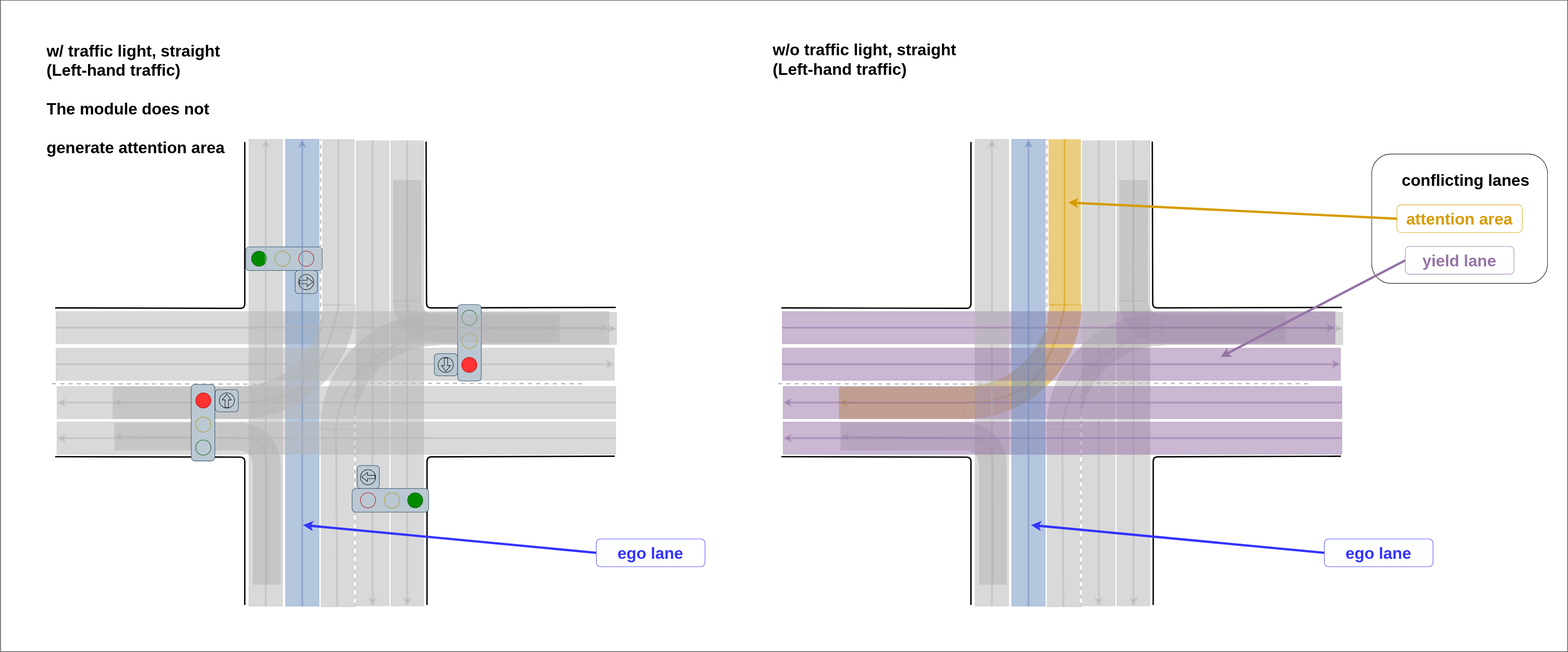
Earlier version of the draw.io export main/planning/behavior_velocity_intersection_module/docs/intersection-attention-straight.drawio.svg (cyn-liu/autoware.universe). Source tidied: cells renumbered, new cells last; positions are measured from the earlier drawing's top-left corner, leaving out a move shared by most shapes.
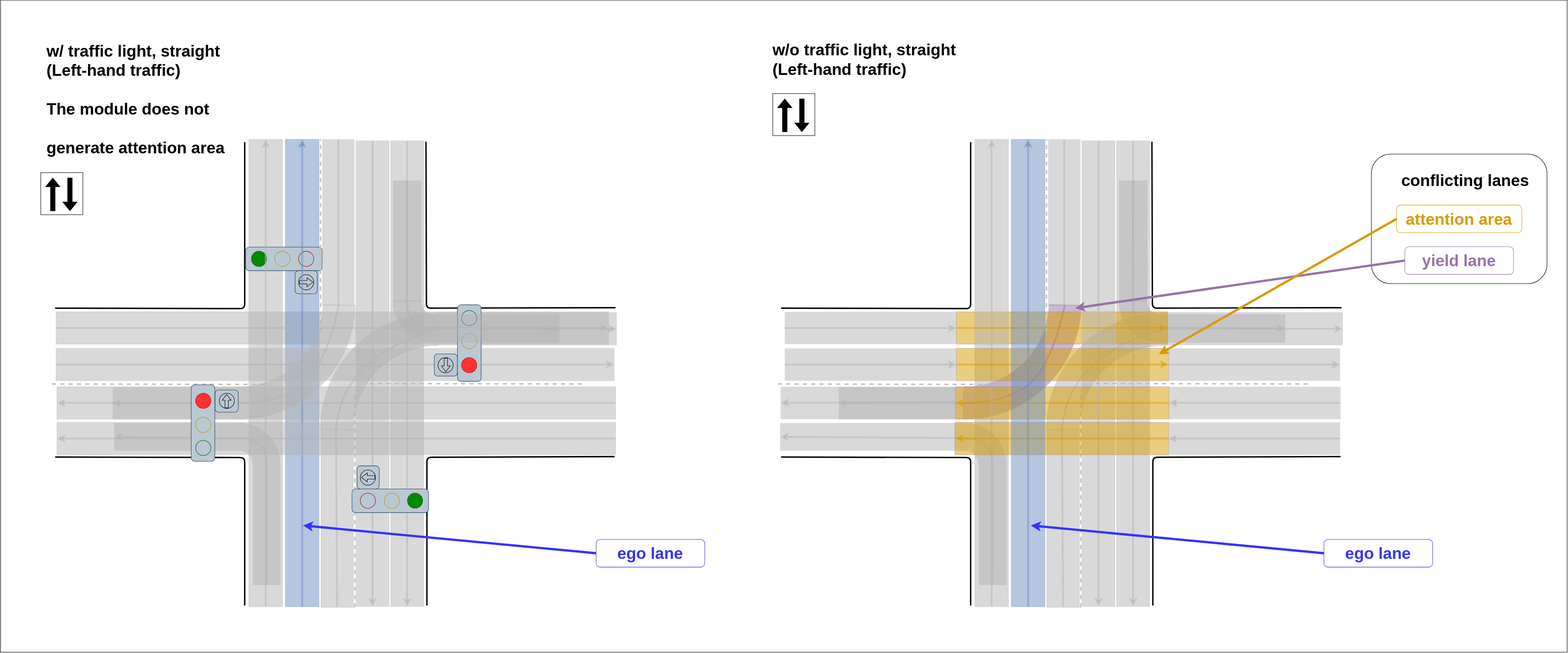
Later version of the same file.

What changed in the source:
```diff
@@ -2,6 +2,9 @@
   <root>
     <mxCell id="0" />
     <mxCell id="1" parent="0" />
+    <mxCell id="158" style="rounded=0;whiteSpace=wrap;html=1;fillColor=#B3B3B3;rotation=0;strokeColor=none;opacity=50;gradientColor=none;" parent="1" vertex="1">
+      <mxGeometry x="1687" y="836" width="378" height="70" as="geometry" />
+    </mxCell>
     <mxCell id="2" style="rounded=0;whiteSpace=wrap;html=1;fillColor=none;" parent="1" vertex="1">
       <mxGeometry width="3388" height="1410" as="geometry" />
     </mxCell>
@@ -11,19 +14,19 @@
     <mxCell id="4" style="group;" parent="1" vertex="1">
       <mxGeometry x="1726" y="295" width="716.7" height="716.7" as="geometry" />
     </mxCell>
+    <mxCell id="7" style="rounded=0;whiteSpace=wrap;html=1;fillColor=#B3B3B3;rotation=-360;strokeColor=none;opacity=50;" parent="4" vertex="1">
+      <mxGeometry x="86.4" y="541.5" width="270" height="70" as="geometry" />
+    </mxCell>
-    <mxCell id="5" style="rounded=0;whiteSpace=wrap;html=1;fillColor=#D79B00;rotation=-90;strokeColor=none;opacity=50;" parent="4" vertex="1">
+    <mxCell id="5" style="rounded=0;whiteSpace=wrap;html=1;fillColor=#B3B3B3;rotation=-90;strokeColor=none;opacity=50;" parent="4" vertex="1">
       <mxGeometry x="394.7" y="150.8" width="359.7" height="70" as="geometry" />
     </mxCell>
-    <mxCell id="6" style="verticalLabelPosition=bottom;verticalAlign=top;html=1;shape=mxgraph.basic.partConcEllipse;startAngle=0.8783857645420314;endAngle=0.1272734873935795;arcWidth=0.28;fillColor=#D79B00;rotation=-225;strokeColor=none;opacity=50;" parent="4" vertex="1">
+    <mxCell id="6" style="verticalLabelPosition=bottom;verticalAlign=top;html=1;shape=mxgraph.basic.partConcEllipse;startAngle=0.8783857645420314;endAngle=0.1272734873935795;arcWidth=0.28;fillColor=#9673A6;rotation=-225;strokeColor=none;opacity=50;" parent="4" vertex="1">
       <mxGeometry x="105.4" y="104.5" width="505.9" height="507.7" as="geometry" />
     </mxCell>
-    <mxCell id="7" style="rounded=0;whiteSpace=wrap;html=1;fillColor=#D79B00;rotation=-360;strokeColor=none;opacity=50;" parent="4" vertex="1">
-      <mxGeometry x="86.4" y="541.5" width="270" height="70" as="geometry" />
-    </mxCell>
-    <mxCell id="8" style="endArrow=none;html=1;rounded=0;strokeColor=#D79B00;strokeWidth=4;opacity=50;exitX=0;exitY=0.5;exitDx=0;exitDy=0;entryX=1;entryY=0.5;entryDx=0;entryDy=0;" parent="4" edge="1" source="5" target="5">
+    <mxCell id="8" style="endArrow=none;html=1;rounded=0;strokeColor=#B3B3B3;strokeWidth=4;opacity=50;exitX=0;exitY=0.5;exitDx=0;exitDy=0;entryX=1;entryY=0.5;entryDx=0;entryDy=0;" parent="4" edge="1" source="5" target="5">
       <mxGeometry relative="1" as="geometry" />
     </mxCell>
-    <mxCell id="9" style="curved=1;endArrow=none;html=1;rounded=0;strokeColor=#D79B00;strokeWidth=4;opacity=50;exitX=0.205;exitY=0.189;exitDx=0;exitDy=0;exitPerimeter=0;entryX=1;entryY=0.5;entryDx=0;entryDy=0;endFill=0;" parent="4" edge="1" source="6" target="7">
+    <mxCell id="9" style="curved=1;endArrow=none;html=1;rounded=0;strokeColor=#9673A6;strokeWidth=4;opacity=50;exitX=0.205;exitY=0.189;exitDx=0;exitDy=0;exitPerimeter=0;entryX=1;entryY=0.5;entryDx=0;entryDy=0;endFill=0;" parent="4" edge="1" source="6" target="7">
       <mxGeometry relative="1" as="geometry">
         <Array as="points">
           <mxPoint x="550" y="483.8" />
@@ -31,7 +34,7 @@
         </Array>
       </mxGeometry>
     </mxCell>
-    <mxCell id="10" style="endArrow=classic;html=1;rounded=0;strokeColor=#D79B00;strokeWidth=4;opacity=50;entryX=0;entryY=0.5;entryDx=0;entryDy=0;exitX=1;exitY=0.5;exitDx=0;exitDy=0;endFill=1;" parent="4" edge="1" source="7" target="7">
+    <mxCell id="10" style="endArrow=classic;html=1;rounded=0;strokeColor=#B3B3B3;strokeWidth=4;opacity=50;entryX=0;entryY=0.5;entryDx=0;entryDy=0;exitX=1;exitY=0.5;exitDx=0;exitDy=0;endFill=1;" parent="4" edge="1" source="7" target="7">
       <mxGeometry relative="1" as="geometry" />
     </mxCell>
     <mxCell id="11" style="endArrow=classic;html=1;rounded=0;strokeColor=#B3B3B3;strokeWidth=4;opacity=50;exitX=0;exitY=0.5;exitDx=0;exitDy=0;entryX=1;entryY=0.5;entryDx=0;entryDy=0;" parent="1" edge="1" source="19" target="19">
@@ -446,8 +449,8 @@
         <mxPoint x="126.2" y="317.5" as="sourcePoint" />
       </mxGeometry>
     </mxCell>
-    <mxCell id="118" style="rounded=0;whiteSpace=wrap;html=1;fillColor=#9673A6;rotation=-180;strokeColor=#9673A6;opacity=50;" parent="1" vertex="1">
-      <mxGeometry x="1690" y="674" width="1195" height="69.9" as="geometry" />
+    <mxCell id="118" style="rounded=0;whiteSpace=wrap;html=1;fillColor=#D79B00;rotation=-180;strokeColor=#9673A6;opacity=50;" parent="1" vertex="1">
+      <mxGeometry x="2067" y="674" width="457" height="69.9" as="geometry" />
     </mxCell>
     <mxCell id="119" style="rounded=0;whiteSpace=wrap;html=1;fillColor=#B3B3B3;strokeColor=#B3B3B3;rotation=90;opacity=50;" parent="1" vertex="1">
       <mxGeometry x="1871" y="772" width="1006.7" height="71.2" as="geometry" />
@@ -494,16 +497,6 @@
         </Array>
       </mxGeometry>
     </mxCell>
-    <mxCell id="125" style="endArrow=classic;html=1;dashed=1;edgeStyle=orthogonalEdgeStyle;elbow=vertical;strokeColor=none;rounded=0;" parent="1" edge="1">
-      <mxGeometry relative="1" as="geometry">
-        <mxPoint x="2898" y="840" as="sourcePoint" />
-        <mxPoint x="3138" y="850" as="targetPoint" />
-        <Array as="points">
-          <mxPoint x="2898" y="1110" />
-          <mxPoint x="3138" y="1110" />
-        </Array>
-      </mxGeometry>
-    </mxCell>
     <mxCell id="126" style="rounded=0;whiteSpace=wrap;html=1;fillColor=#B3B3B3;rotation=90;fontColor=#333333;strokeColor=#B3B3B3;opacity=50;" parent="1" vertex="1">
       <mxGeometry x="1638" y="770" width="1010.5" height="72.6" as="geometry" />
     </mxCell>
@@ -513,8 +506,8 @@
         <mxPoint x="2828" y="830" as="targetPoint" />
       </mxGeometry>
     </mxCell>
-    <mxCell id="128" style="rounded=0;whiteSpace=wrap;html=1;fillColor=#9673A6;rotation=-180;strokeColor=#9673A6;opacity=50;" parent="1" vertex="1">
-      <mxGeometry x="1692" y="836" width="1208" height="69.9" as="geometry" />
+    <mxCell id="128" style="rounded=0;whiteSpace=wrap;html=1;fillColor=#D79B00;rotation=-180;strokeColor=#9673A6;opacity=50;" parent="1" vertex="1">
+      <mxGeometry x="2065" y="836" width="462" height="69.9" as="geometry" />
     </mxCell>
     <mxCell id="129" style="endArrow=classic;html=1;rounded=0;strokeColor=#B3B3B3;strokeWidth=4;opacity=50;exitX=1;exitY=0.5;exitDx=0;exitDy=0;entryX=0;entryY=0.5;entryDx=0;entryDy=0;" parent="1" edge="1" source="126" target="126">
       <mxGeometry relative="1" as="geometry" />
@@ -525,10 +518,10 @@
     <mxCell id="131" style="endArrow=classic;html=1;rounded=0;strokeColor=#B3B3B3;strokeWidth=4;opacity=50;exitX=0;exitY=0.5;exitDx=0;exitDy=0;entryX=1;entryY=0.5;entryDx=0;entryDy=0;" parent="1" edge="1" source="119" target="119">
       <mxGeometry relative="1" as="geometry" />
     </mxCell>
-    <mxCell id="132" style="endArrow=classic;html=1;rounded=0;strokeColor=#9673A6;strokeWidth=4;opacity=50;exitX=1;exitY=0.5;exitDx=0;exitDy=0;entryX=0;entryY=0.5;entryDx=0;entryDy=0;" parent="1" edge="1" source="118" target="118">
+    <mxCell id="132" style="endArrow=classic;html=1;rounded=0;strokeColor=#D79B00;strokeWidth=4;opacity=50;exitX=1;exitY=0.5;exitDx=0;exitDy=0;entryX=0;entryY=0.5;entryDx=0;entryDy=0;" parent="1" edge="1" source="118" target="118">
       <mxGeometry relative="1" as="geometry" />
     </mxCell>
-    <mxCell id="133" style="endArrow=classic;html=1;rounded=0;strokeColor=#9673A6;strokeWidth=4;opacity=50;exitX=0;exitY=0.5;exitDx=0;exitDy=0;entryX=1;entryY=0.5;entryDx=0;entryDy=0;" parent="1" edge="1" source="128" target="128">
+    <mxCell id="133" style="endArrow=classic;html=1;rounded=0;strokeColor=#D79B00;strokeWidth=4;opacity=50;exitX=0;exitY=0.5;exitDx=0;exitDy=0;entryX=1;entryY=0.5;entryDx=0;entryDy=0;" parent="1" edge="1" source="128" target="128">
       <mxGeometry relative="1" as="geometry" />
     </mxCell>
     <mxCell id="134" style="group;" parent="1" vertex="1">
@@ -541,7 +534,7 @@
       <mxGeometry x="199" y="227.4" width="261" height="60" as="geometry" />
     </mxCell>
     <mxCell id="137" style="rounded=0;whiteSpace=wrap;html=1;fillColor=#B3B3B3;rotation=0;strokeColor=none;opacity=50;gradientColor=none;" parent="134" vertex="1">
-      <mxGeometry y="37.4" width="270" height="60" as="geometry" />
+      <mxGeometry x="-130" y="37.4" width="400" height="60" as="geometry" />
     </mxCell>
     <mxCell id="138" style="endArrow=none;html=1;rounded=0;strokeColor=#B3B3B3;strokeWidth=4;opacity=50;exitX=1;exitY=0.5;exitDx=0;exitDy=0;" parent="134" edge="1" source="136">
       <mxGeometry relative="1" as="geometry">
@@ -574,16 +567,16 @@
         <mxPoint x="2141" y="831" as="targetPoint" />
       </mxGeometry>
     </mxCell>
-    <mxCell id="143" style="rounded=0;whiteSpace=wrap;html=1;fillColor=#9673A6;rotation=-180;strokeColor=#9673A6;opacity=50;" parent="1" vertex="1">
-      <mxGeometry x="1690" y="753" width="1207" height="69.9" as="geometry" />
+    <mxCell id="143" style="rounded=0;whiteSpace=wrap;html=1;fillColor=#D79B00;rotation=-180;strokeColor=#9673A6;opacity=50;" parent="1" vertex="1">
+      <mxGeometry x="2067" y="753" width="459" height="69.9" as="geometry" />
     </mxCell>
-    <mxCell id="144" style="rounded=0;whiteSpace=wrap;html=1;fillColor=#9673A6;rotation=-180;strokeColor=#9673A6;opacity=50;" parent="1" vertex="1">
-      <mxGeometry x="1692" y="913" width="1208" height="69.9" as="geometry" />
+    <mxCell id="144" style="rounded=0;whiteSpace=wrap;html=1;fillColor=#D79B00;rotation=-180;strokeColor=#9673A6;opacity=50;" parent="1" vertex="1">
+      <mxGeometry x="2064" y="913" width="462" height="69.9" as="geometry" />
     </mxCell>
-    <mxCell id="145" style="endArrow=classic;html=1;rounded=0;strokeColor=#9673A6;strokeWidth=4;opacity=50;exitX=0;exitY=0.5;exitDx=0;exitDy=0;entryX=1;entryY=0.5;entryDx=0;entryDy=0;" parent="1" edge="1" source="144" target="144">
+    <mxCell id="145" style="endArrow=classic;html=1;rounded=0;strokeColor=#D79B00;strokeWidth=4;opacity=50;exitX=0;exitY=0.5;exitDx=0;exitDy=0;entryX=1;entryY=0.5;entryDx=0;entryDy=0;" parent="1" edge="1" source="144" target="144">
       <mxGeometry relative="1" as="geometry" />
     </mxCell>
-    <mxCell id="146" style="endArrow=classic;html=1;rounded=0;strokeColor=#9673A6;strokeWidth=4;opacity=50;exitX=1;exitY=0.5;exitDx=0;exitDy=0;entryX=0;entryY=0.5;entryDx=0;entryDy=0;" parent="1" edge="1" source="143" target="143">
+    <mxCell id="146" style="endArrow=classic;html=1;rounded=0;strokeColor=#D79B00;strokeWidth=4;opacity=50;exitX=1;exitY=0.5;exitDx=0;exitDy=0;entryX=0;entryY=0.5;entryDx=0;entryDy=0;" parent="1" edge="1" source="143" target="143">
       <mxGeometry relative="1" as="geometry" />
     </mxCell>
     <mxCell id="147" value="&lt;b style=&quot;font-size: 35px;&quot;&gt;&lt;span style=&quot;font-size: 35px;&quot;&gt;w/o traffic light, straight&lt;br&gt;(Left-hand traffic)&lt;br&gt;&lt;/span&gt;&lt;br&gt;&lt;/b&gt;" style="text;html=1;align=left;verticalAlign=middle;strokeColor=none;fillColor=none;" parent="1" vertex="1">
@@ -619,13 +612,78 @@
     </mxCell>
     <mxCell id="156" style="endArrow=classic;html=1;rounded=0;strokeColor=#9673A6;strokeWidth=5;fontSize=35;fontColor=#D79B00;exitX=0;exitY=0.5;exitDx=0;exitDy=0;" parent="1" edge="1" source="154">
       <mxGeometry relative="1" as="geometry">
-        <mxPoint x="2638" y="772" as="targetPoint" />
+        <mxPoint x="2324" y="666" as="targetPoint" />
       </mxGeometry>
     </mxCell>
     <mxCell id="157" style="endArrow=classic;html=1;rounded=0;strokeColor=#D79B00;strokeWidth=5;fontSize=35;fontColor=#D79B00;exitX=0;exitY=0.5;exitDx=0;exitDy=0;" parent="1" edge="1" source="155">
       <mxGeometry relative="1" as="geometry">
-        <mxPoint x="2308" y="438" as="targetPoint" />
+        <mxPoint x="2505" y="766" as="targetPoint" />
       </mxGeometry>
     </mxCell>
+    <mxCell id="159" style="endArrow=classic;html=1;rounded=0;strokeColor=#B3B3B3;strokeWidth=4;opacity=50;entryX=0;entryY=0.5;entryDx=0;entryDy=0;" parent="1" edge="1" target="158">
+      <mxGeometry relative="1" as="geometry">
+        <mxPoint x="2065" y="868.6" as="sourcePoint" />
+      </mxGeometry>
+    </mxCell>
+    <mxCell id="160" style="rounded=0;whiteSpace=wrap;html=1;fillColor=#B3B3B3;rotation=0;strokeColor=none;opacity=50;gradientColor=none;" parent="1" vertex="1">
+      <mxGeometry x="2526" y="913" width="371" height="70" as="geometry" />
+    </mxCell>
+    <mxCell id="161" style="endArrow=classic;html=1;rounded=0;strokeColor=#B3B3B3;strokeWidth=4;opacity=50;entryX=0;entryY=0.5;entryDx=0;entryDy=0;exitX=1;exitY=0.5;exitDx=0;exitDy=0;" parent="1" edge="1" source="160" target="160">
+      <mxGeometry relative="1" as="geometry" />
+    </mxCell>
+    <mxCell id="162" style="rounded=0;whiteSpace=wrap;html=1;fillColor=#B3B3B3;rotation=0;strokeColor=none;opacity=50;gradientColor=none;" parent="1" vertex="1">
+      <mxGeometry x="2527" y="836" width="371" height="70" as="geometry" />
+    </mxCell>
+    <mxCell id="163" style="endArrow=classic;html=1;rounded=0;strokeColor=#B3B3B3;strokeWidth=4;opacity=50;entryX=0;entryY=0.5;entryDx=0;entryDy=0;exitX=1;exitY=0.5;exitDx=0;exitDy=0;" parent="1" edge="1" source="162" target="162">
+      <mxGeometry relative="1" as="geometry" />
+    </mxCell>
+    <mxCell id="164" style="rounded=0;whiteSpace=wrap;html=1;fillColor=#B3B3B3;rotation=0;strokeColor=none;opacity=50;gradientColor=none;direction=west;" parent="1" vertex="1">
+      <mxGeometry x="2526" y="753" width="371" height="70" as="geometry" />
+    </mxCell>
+    <mxCell id="165" style="endArrow=classic;html=1;rounded=0;strokeColor=#B3B3B3;strokeWidth=4;opacity=50;entryX=0;entryY=0.5;entryDx=0;entryDy=0;exitX=1;exitY=0.5;exitDx=0;exitDy=0;" parent="1" edge="1" source="164" target="164">
+      <mxGeometry relative="1" as="geometry" />
+    </mxCell>
+    <mxCell id="166" style="rounded=0;whiteSpace=wrap;html=1;fillColor=#B3B3B3;rotation=0;strokeColor=none;opacity=50;gradientColor=none;direction=west;" parent="1" vertex="1">
+      <mxGeometry x="1696" y="753" width="371" height="70" as="geometry" />
+    </mxCell>
+    <mxCell id="167" style="endArrow=classic;html=1;rounded=0;strokeColor=#B3B3B3;strokeWidth=4;opacity=50;entryX=0;entryY=0.5;entryDx=0;entryDy=0;exitX=1;exitY=0.5;exitDx=0;exitDy=0;" parent="1" edge="1" source="166" target="166">
+      <mxGeometry relative="1" as="geometry" />
+    </mxCell>
+    <mxCell id="168" style="rounded=0;whiteSpace=wrap;html=1;fillColor=#B3B3B3;rotation=0;strokeColor=none;opacity=50;gradientColor=none;direction=west;" parent="1" vertex="1">
+      <mxGeometry x="1696" y="674" width="371" height="70" as="geometry" />
+    </mxCell>
+    <mxCell id="169" style="endArrow=classic;html=1;rounded=0;strokeColor=#B3B3B3;strokeWidth=4;opacity=50;entryX=0;entryY=0.5;entryDx=0;entryDy=0;exitX=1;exitY=0.5;exitDx=0;exitDy=0;" parent="1" edge="1" source="168" target="168">
+      <mxGeometry relative="1" as="geometry" />
+    </mxCell>
+    <mxCell id="170" style="whiteSpace=wrap;html=1;" parent="1" vertex="1">
+      <mxGeometry x="87" y="373" width="91" height="91" as="geometry" />
+    </mxCell>
+    <mxCell id="171" style="shape=flexArrow;endArrow=classic;html=1;rounded=0;fillColor=#000000;" parent="1" edge="1">
+      <mxGeometry relative="1" as="geometry">
+        <mxPoint x="113" y="456" as="sourcePoint" />
+        <mxPoint x="113" y="384" as="targetPoint" />
+      </mxGeometry>
+    </mxCell>
+    <mxCell id="172" style="shape=flexArrow;endArrow=classic;html=1;rounded=1;strokeColor=#000000;fillColor=#000000;" parent="1" edge="1">
+      <mxGeometry relative="1" as="geometry">
+        <mxPoint x="150" y="384" as="sourcePoint" />
+        <mxPoint x="150" y="456" as="targetPoint" />
+      </mxGeometry>
+    </mxCell>
+    <mxCell id="173" style="whiteSpace=wrap;html=1;" parent="1" vertex="1">
+      <mxGeometry x="1670" y="202" width="91" height="91" as="geometry" />
+    </mxCell>
+    <mxCell id="174" style="shape=flexArrow;endArrow=classic;html=1;rounded=0;fillColor=#000000;" parent="1" edge="1">
+      <mxGeometry relative="1" as="geometry">
+        <mxPoint x="1696" y="285" as="sourcePoint" />
+        <mxPoint x="1696" y="213" as="targetPoint" />
+      </mxGeometry>
+    </mxCell>
+    <mxCell id="175" style="shape=flexArrow;endArrow=classic;html=1;rounded=1;strokeColor=#000000;fillColor=#000000;" parent="1" edge="1">
+      <mxGeometry relative="1" as="geometry">
+        <mxPoint x="1733" y="213" as="sourcePoint" />
+        <mxPoint x="1733" y="285" as="targetPoint" />
+      </mxGeometry>
+    </mxCell>
   </root>
 </mxGraphModel>
```
